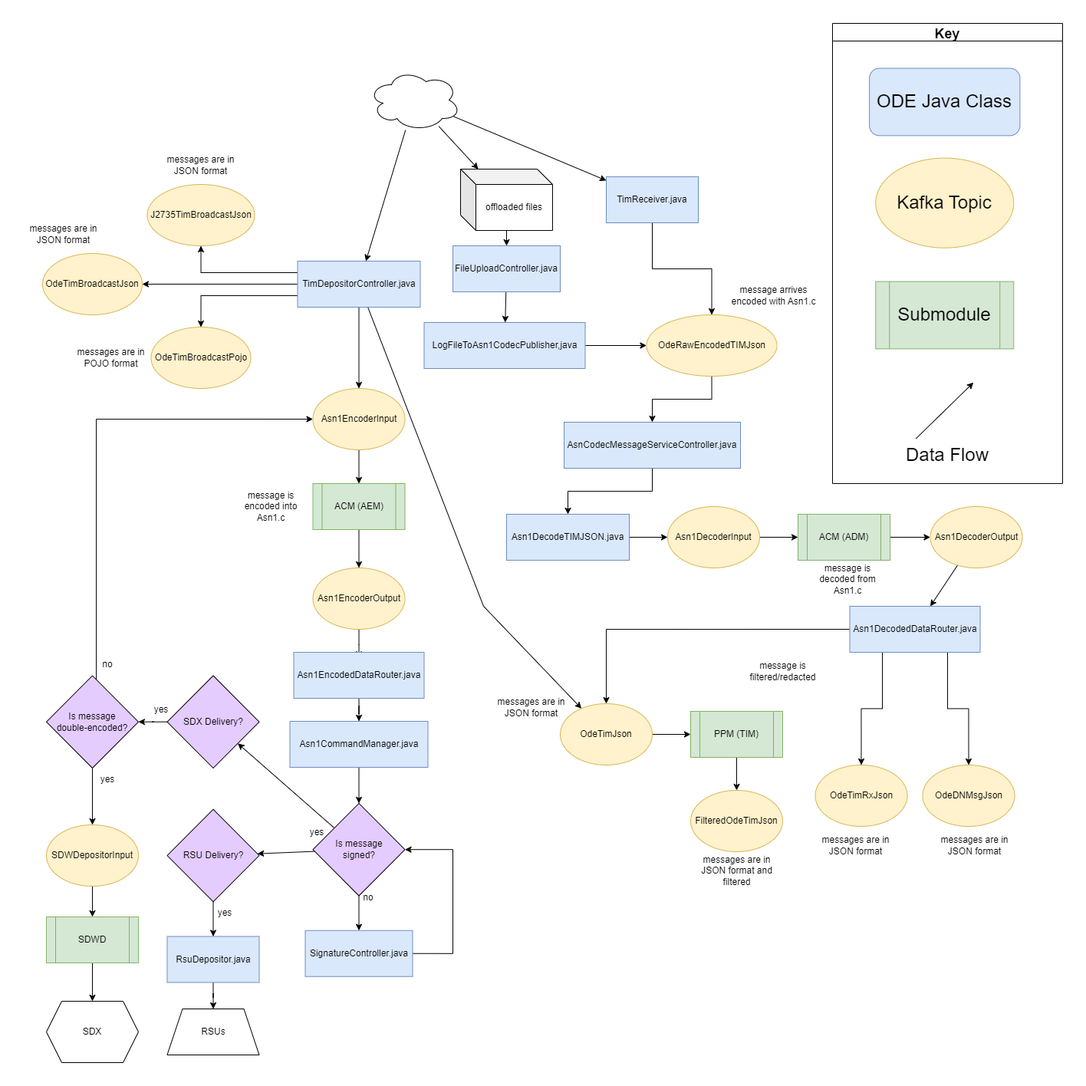
This is docs/data-flow-diagrams/tim/TIM Data Flow.drawio.png from usdot-jpo-ode/jpo-ode, a draw.io export, as it was before one commit. Source tidied: cells renumbered, new cells last; positions are measured from the earlier drawing's top-left corner, leaving out a move shared by most shapes.
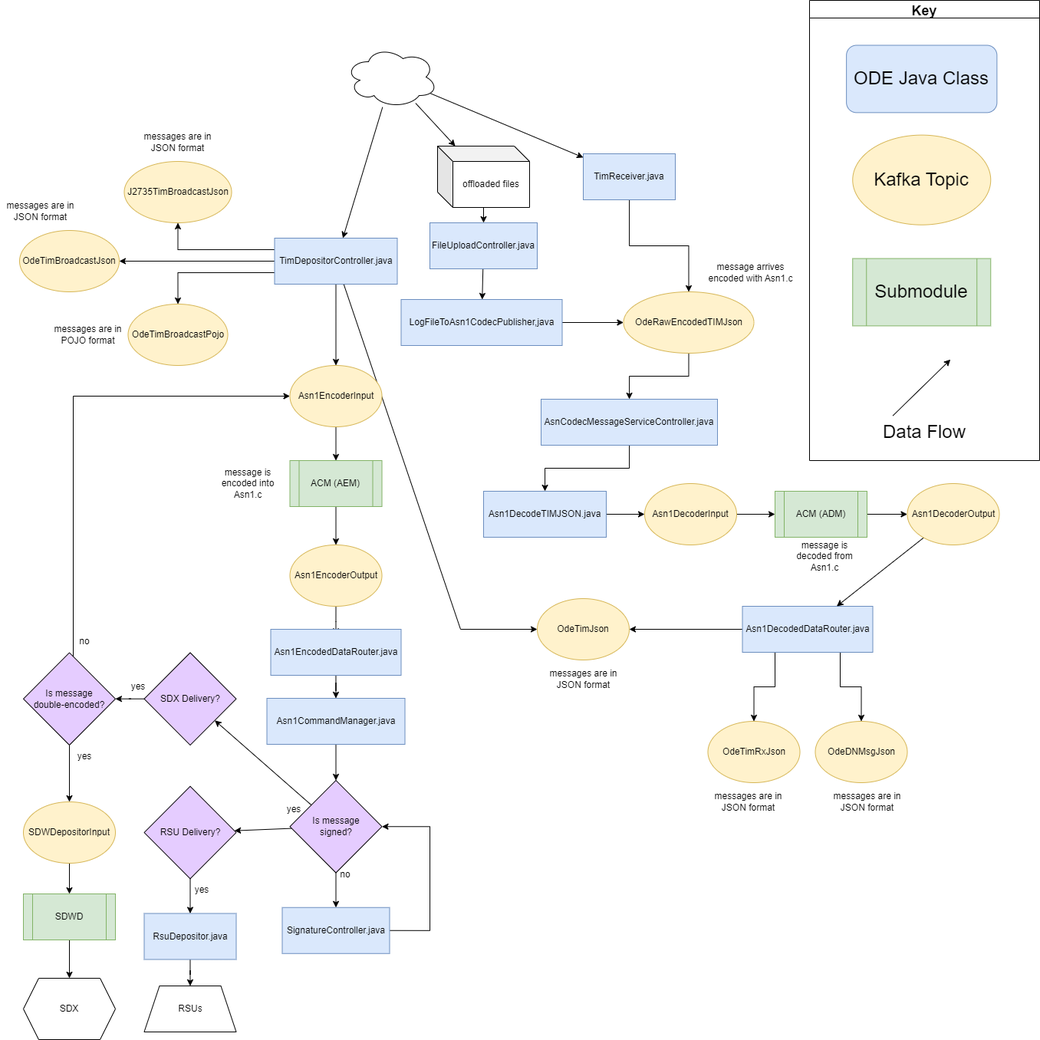
After the change.

Commit message:
Updated TIM data flow diagram to reflect removal of `ppm_tim` service

What changed in the source:
```diff
@@ -2,7 +2,7 @@
   <root>
     <mxCell id="0" />
     <mxCell id="1" parent="0" />
-    <mxCell id="2" style="edgeStyle=orthogonalEdgeStyle;rounded=0;jettySize=auto;html=1;entryX=0.5;entryY=0;entryDx=0;entryDy=0;exitX=0;exitY=0.5;exitDx=0;exitDy=0;" parent="1" edge="1" source="5" target="23">
+    <mxCell id="2" style="edgeStyle=orthogonalEdgeStyle;rounded=0;jettySize=auto;html=1;entryX=1;entryY=0.5;entryDx=0;entryDy=0;exitX=0;exitY=0.5;exitDx=0;exitDy=0;" parent="1" edge="1" source="5" target="23">
       <mxGeometry relative="1" as="geometry" />
     </mxCell>
     <mxCell id="3" style="edgeStyle=orthogonalEdgeStyle;rounded=0;jettySize=auto;html=1;exitX=0.25;exitY=1;exitDx=0;exitDy=0;" parent="1" edge="1" source="5" target="21">
@@ -12,7 +12,7 @@
       <mxGeometry relative="1" as="geometry" />
     </mxCell>
     <mxCell id="5" value="Asn1DecodedDataRouter.java" style="rounded=0;whiteSpace=wrap;html=1;fillColor=#dae8fc;strokeColor=#6c8ebf;" parent="1" vertex="1">
-      <mxGeometry x="1077.5" y="760" width="170" height="60" as="geometry" />
+      <mxGeometry x="967.5" y="790" width="170" height="60" as="geometry" />
     </mxCell>
     <mxCell id="6" style="edgeStyle=orthogonalEdgeStyle;rounded=0;jettySize=auto;html=1;entryX=0;entryY=0.5;entryDx=0;entryDy=0;" parent="1" edge="1" source="7" target="13">
       <mxGeometry relative="1" as="geometry" />
@@ -57,16 +57,13 @@
       <mxGeometry x="630" y="640" width="160" height="60" as="geometry" />
     </mxCell>
     <mxCell id="20" value="OdeDNMsgJson" style="ellipse;whiteSpace=wrap;html=1;fillColor=#fff2cc;strokeColor=#d6b656;" parent="1" vertex="1">
-      <mxGeometry x="1172.5" y="967" width="120" height="80" as="geometry" />
+      <mxGeometry x="1062.5" y="940" width="120" height="80" as="geometry" />
     </mxCell>
     <mxCell id="21" value="OdeTimRxJson" style="ellipse;whiteSpace=wrap;html=1;fillColor=#fff2cc;strokeColor=#d6b656;" parent="1" vertex="1">
-      <mxGeometry x="1032.5" y="967" width="120" height="80" as="geometry" />
+      <mxGeometry x="922.5" y="940" width="120" height="80" as="geometry" />
     </mxCell>
-    <mxCell id="22" style="edgeStyle=orthogonalEdgeStyle;rounded=0;jettySize=auto;html=1;entryX=0;entryY=0.5;entryDx=0;entryDy=0;exitX=1;exitY=0.5;exitDx=0;exitDy=0;" parent="1" edge="1" source="23" target="32">
-      <mxGeometry relative="1" as="geometry" />
-    </mxCell>
     <mxCell id="23" value="OdeTimJson" style="ellipse;whiteSpace=wrap;html=1;fillColor=#fff2cc;strokeColor=#d6b656;" parent="1" vertex="1">
-      <mxGeometry x="700" y="887" width="120" height="80" as="geometry" />
+      <mxGeometry x="700" y="780" width="120" height="80" as="geometry" />
     </mxCell>
     <mxCell id="24" style="edgeStyle=orthogonalEdgeStyle;rounded=0;jettySize=auto;html=1;" parent="1" edge="1" source="29" target="35">
       <mxGeometry relative="1" as="geometry" />
@@ -74,7 +71,7 @@
     <mxCell id="25" style="rounded=0;jettySize=auto;html=1;" parent="1" edge="1" source="29" target="23">
       <mxGeometry relative="1" as="geometry">
         <Array as="points">
-          <mxPoint x="600" y="760" />
+          <mxPoint x="600" y="820" />
         </Array>
       </mxGeometry>
     </mxCell>
@@ -93,15 +90,6 @@
     <mxCell id="30" value="J2735TimBroadcastJson" style="ellipse;whiteSpace=wrap;html=1;fillColor=#fff2cc;strokeColor=#d6b656;" parent="1" vertex="1">
       <mxGeometry x="161.5" y="210" width="140" height="80" as="geometry" />
     </mxCell>
-    <mxCell id="31" style="edgeStyle=orthogonalEdgeStyle;rounded=0;jettySize=auto;html=1;entryX=0.5;entryY=0;entryDx=0;entryDy=0;exitX=0.5;exitY=1;exitDx=0;exitDy=0;" parent="1" edge="1" source="32" target="33">
-      <mxGeometry relative="1" as="geometry" />
-    </mxCell>
-    <mxCell id="32" value="PPM (TIM)" style="shape=process;whiteSpace=wrap;html=1;backgroundOutline=1;fillColor=#d5e8d4;strokeColor=#82b366;" parent="1" vertex="1">
-      <mxGeometry x="870" y="897" width="120" height="60" as="geometry" />
-    </mxCell>
-    <mxCell id="33" value="FilteredOdeTimJson" style="ellipse;whiteSpace=wrap;html=1;fillColor=#fff2cc;strokeColor=#d6b656;" parent="1" vertex="1">
-      <mxGeometry x="870" y="1000" width="120" height="80" as="geometry" />
-    </mxCell>
     <mxCell id="34" style="edgeStyle=orthogonalEdgeStyle;rounded=0;jettySize=auto;html=1;" parent="1" edge="1" source="35" target="37">
       <mxGeometry relative="1" as="geometry" />
     </mxCell>
@@ -158,20 +146,17 @@
     <mxCell id="50" value="message is decoded from Asn1.c" style="text;html=1;strokeColor=none;fillColor=none;align=center;verticalAlign=middle;whiteSpace=wrap;rounded=0;" parent="1" vertex="1">
       <mxGeometry x="1020" y="700" width="110" height="50" as="geometry" />
     </mxCell>
-    <mxCell id="51" value="message is filtered/redacted" style="text;html=1;strokeColor=none;fillColor=none;align=center;verticalAlign=middle;whiteSpace=wrap;rounded=0;" parent="1" vertex="1">
-      <mxGeometry x="937.5" y="820" width="105" height="50" as="geometry" />
-    </mxCell>
     <mxCell id="52" value="message is encoded into Asn1.c" style="text;html=1;strokeColor=none;fillColor=none;align=center;verticalAlign=middle;whiteSpace=wrap;rounded=0;" parent="1" vertex="1">
       <mxGeometry x="267.5" y="605" width="110" height="50" as="geometry" />
     </mxCell>
     <mxCell id="53" value="messages are in JSON format" style="text;html=1;strokeColor=none;fillColor=none;align=center;verticalAlign=middle;whiteSpace=wrap;rounded=0;" parent="1" vertex="1">
-      <mxGeometry x="610" y="867.2" width="105" height="50" as="geometry" />
+      <mxGeometry x="707.5" y="860" width="105" height="50" as="geometry" />
     </mxCell>
     <mxCell id="54" value="messages are in JSON format" style="text;html=1;strokeColor=none;fillColor=none;align=center;verticalAlign=middle;whiteSpace=wrap;rounded=0;" parent="1" vertex="1">
-      <mxGeometry x="1032.5" y="1047" width="105" height="50" as="geometry" />
+      <mxGeometry x="922.5" y="1020" width="105" height="50" as="geometry" />
     </mxCell>
     <mxCell id="55" value="messages are in JSON format" style="text;html=1;strokeColor=none;fillColor=none;align=center;verticalAlign=middle;whiteSpace=wrap;rounded=0;" parent="1" vertex="1">
-      <mxGeometry x="1187.5" y="1047" width="105" height="50" as="geometry" />
+      <mxGeometry x="1077.5" y="1020" width="105" height="50" as="geometry" />
     </mxCell>
     <mxCell id="56" value="messages are in JSON format" style="text;html=1;strokeColor=none;fillColor=none;align=center;verticalAlign=middle;whiteSpace=wrap;rounded=0;" parent="1" vertex="1">
       <mxGeometry x="179" y="160" width="105" height="50" as="geometry" />
@@ -182,9 +167,6 @@
     <mxCell id="58" value="messages are in POJO format" style="text;html=1;strokeColor=none;fillColor=none;align=center;verticalAlign=middle;whiteSpace=wrap;rounded=0;" parent="1" vertex="1">
       <mxGeometry x="61.5" y="411" width="105" height="50" as="geometry" />
     </mxCell>
-    <mxCell id="59" value="messages are in JSON format and filtered" style="text;html=1;strokeColor=none;fillColor=none;align=center;verticalAlign=middle;whiteSpace=wrap;rounded=0;" parent="1" vertex="1">
-      <mxGeometry x="877.5" y="1080" width="105" height="50" as="geometry" />
-    </mxCell>
     <mxCell id="60" style="rounded=0;jettySize=auto;html=1;" parent="1" edge="1" source="63" target="29">
       <mxGeometry relative="1" as="geometry" />
     </mxCell>
@@ -204,7 +186,7 @@
         </Array>
       </mxGeometry>
     </mxCell>
-    <mxCell id="65" style="edgeStyle=orthogonalEdgeStyle;rounded=0;jettySize=auto;html=1;entryX=1;entryY=0.5;entryDx=0;entryDy=0;exitX=1;exitY=0.5;exitDx=0;exitDy=0;" parent="1" edge="1" source="x">
+    <mxCell id="65" style="edgeStyle=orthogonalEdgeStyle;rounded=0;orthogonalLoop=1;jettySize=auto;html=1;entryX=1;entryY=0.5;entryDx=0;entryDy=0;exitX=1;exitY=0.5;exitDx=0;exitDy=0;" parent="1" edge="1">
       <mxGeometry relative="1" as="geometry">
         <mxPoint x="497.5" y="1084.5" as="targetPoint" />
         <Array as="points">
```
